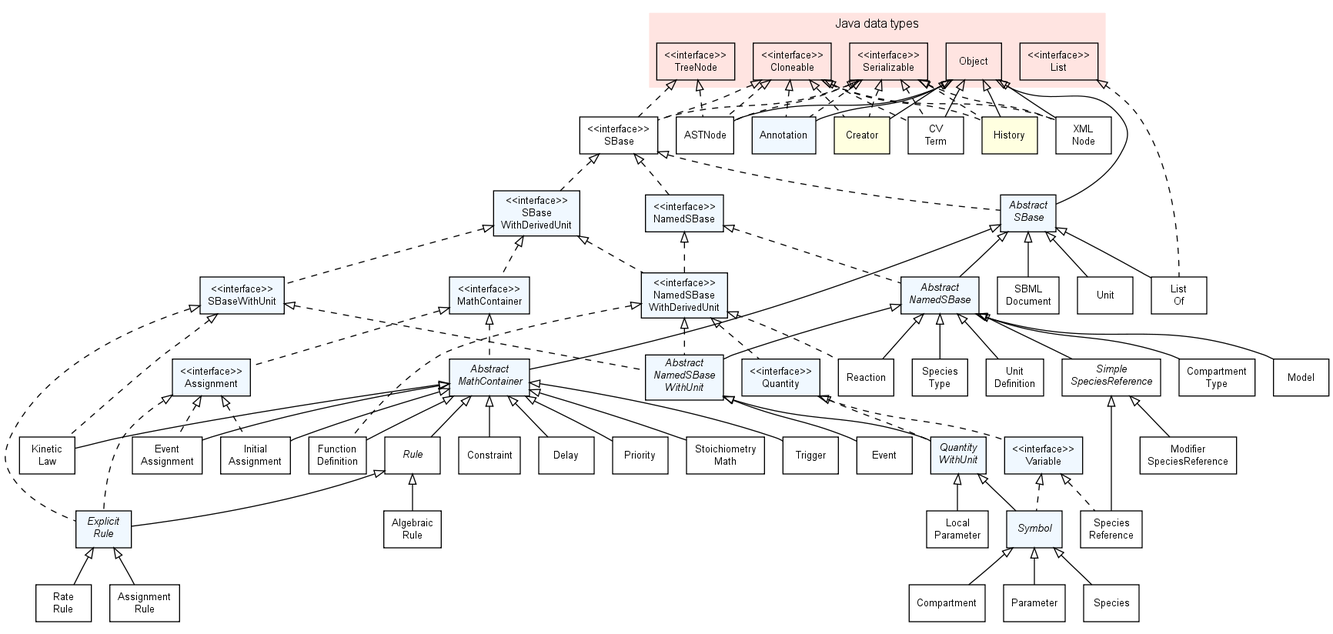
The Graphviz diagram doc/img/FullTypeHierarchy.png in sbmlteam/jsbml, before a commit. Its source is kept beside it as doc/img/FullTypeHierarchy.dot. Its diagram source:
```dot

strict digraph G{

	nodesep=0.25;
	ranksep=0.5;

	edge [
	  fontname="Helvetica",
	  fontsize=10,
	  labelfontname="Helvetica",
	  labelfontsize=10
	];
	node [
	  fontname="Helvetica",
	  fontsize=10,
	  shape=box
	];


  subgraph clusterJava {
    fontname="Helvetica";
    fontsize=12;
    style="filled";
    fillcolor="#FFE4E1"
    color="#ffffff"
    label="Java data types";
    labelloc=t;
    labeljust=c;

    Cloneable                              [label="<<interface>>\nCloneable"];
    List                                   [label="<<interface>>\nList"];
    Serializable                           [label="<<interface>>\nSerializable"];
    TreeNode                               [label="<<interface>>\nTreeNode"];

    Object                                 [label="Object"];

  }

  /*
   * Interfaces
   */

  Assignment                               [label="<<interface>>\nAssignment", style="filled", fillcolor="#F0F8FF"];
  MathContainer                            [label="<<interface>>\nMathContainer", style="filled", fillcolor="#F0F8FF"];
  NamedSBase                               [label="<<interface>>\nNamedSBase", style="filled", fillcolor="#F0F8FF"];
  NamedSBaseWithDerivedUnit                [label="<<interface>>\nNamedSBase\nWithDerivedUnit", style="filled", fillcolor="#F0F8FF"];
  Quantity                                 [label="<<interface>>\nQuantity", style="filled", fillcolor="#F0F8FF"];
  SBaseWithDerivedUnit                     [label="<<interface>>\nSBase\nWithDerivedUnit", style="filled", fillcolor="#F0F8FF"];
  SBaseWithUnit                            [label="<<interface>>\nSBaseWithUnit", style="filled", fillcolor="#F0F8FF"];
  SBase                                    [label="<<interface>>\nSBase"];
  Variable                                 [label="<<interface>>\nVariable", style="filled", fillcolor="#F0F8FF"];

  /*
   * Abstract data types
   */

  AbstractMathContainer                    [label=<<font face="Helvetica-Oblique">Abstract<br/>MathContainer</font>>, style="filled", fillcolor="#F0F8FF"];
  AbstractNamedSBase                       [label=<<font face="Helvetica-Oblique">Abstract<br/>NamedSBase</font>>, style="filled", fillcolor="#F0F8FF"];
  AbstractNamedSBaseWithUnit               [label=<<font face="Helvetica-Oblique">Abstract<br/>NamedSBase<br/>WithUnit</font>>, style="filled", fillcolor="#F0F8FF"];
  AbstractSBase                            [label=<<font face="Helvetica-Oblique">Abstract<br/>SBase</font>>, style="filled", fillcolor="#F0F8FF"];
  ExplicitRule                             [label=<<font face="Helvetica-Oblique">Explicit<br/>Rule</font>>, style="filled", fillcolor="#F0F8FF"];
  Rule                                     [label=<<font face="Helvetica-Oblique">Rule</font>>];
  SimpleSpeciesReference                   [label=<<font face="Helvetica-Oblique">Simple<br/>SpeciesReference</font>>];
  QuantityWithUnit                         [label=<<font face="Helvetica-Oblique">Quantity<br/>WithUnit</font>>, style="filled", fillcolor="#F0F8FF"];
  Symbol                                   [label=<<font face="Helvetica-Oblique">Symbol</font>>, style="filled", fillcolor="#F0F8FF"];

  /*
   * Objects
   */

  AlgebraicRule                            [label="Algebraic\nRule"];
  Annotation                               [label="Annotation", style="filled", fillcolor="#F0F8FF"];
  AssignmentRule                           [label="Assignment\nRule"];
  ASTNode                                  [label="ASTNode"];
  Compartment                              [label="Compartment"];
  CompartmentType                          [label="Compartment\nType"];
  Constraint                               [label="Constraint"];
  Creator                                  [label="Creator", style="filled", fillcolor="#FFFFE0"];
  CVTerm                                   [label="CV\nTerm"];
  Delay                                    [label="Delay"];
  Event                                    [label="Event"];
  EventAssignment                          [label="Event\nAssignment"];
  FunctionDefinition                       [label="Function\nDefinition"];
  History                                  [label="History", style="filled", fillcolor="#FFFFE0"];
  InitialAssignment                        [label="Initial\nAssignment"];
  KineticLaw                               [label="Kinetic\nLaw"];
  ListOf                                   [label="List\nOf"];
  LocalParameter                           [label="Local\nParameter"];
  Model                                    [label="Model"];
  ModifierSpeciesReference                 [label="Modifier\nSpeciesReference"];
  Parameter                                [label="Parameter"];
  Priority                                 [label="Priority"];
  RateRule                                 [label="Rate\nRule"];
  Reaction                                 [label="Reaction"];
  SBMLDocument                             [label="SBML\nDocument"];
  Species                                  [label="Species"];
  SpeciesReference                         [label="Species\nReference"];
  SpeciesType                              [label="Species\nType"];
  StoichiometryMath                        [label="Stoichiometry\nMath"];
  Trigger                                  [label="Trigger"];
  Unit                                     [label="Unit"];
  UnitDefinition                           [label="Unit\nDefinition"];
  XMLNode                                  [label="XML\nNode"];

  /*
   * Inheritance
   */

  AbstractNamedSBase         -> AbstractNamedSBaseWithUnit [dir=back,arrowtail=empty];
  AbstractNamedSBase         -> CompartmentType            [dir=back,arrowtail=empty];
  AbstractNamedSBase         -> Model                      [dir=back,arrowtail=empty];
  AbstractNamedSBase         -> Reaction                   [dir=back,arrowtail=empty];
  AbstractNamedSBase         -> SimpleSpeciesReference     [dir=back,arrowtail=empty];
  AbstractNamedSBase         -> SpeciesType                [dir=back,arrowtail=empty];
  AbstractNamedSBase         -> UnitDefinition             [dir=back,arrowtail=empty];
  AbstractNamedSBaseWithUnit -> Event                      [dir=back,arrowtail=empty];
  AbstractNamedSBaseWithUnit -> QuantityWithUnit           [dir=back,arrowtail=empty];
  AbstractSBase              -> AbstractMathContainer      [dir=back,arrowtail=empty];
  AbstractSBase              -> AbstractNamedSBase         [dir=back,arrowtail=empty];
  AbstractMathContainer      -> FunctionDefinition         [dir=back,arrowtail=empty];
  AbstractMathContainer      -> KineticLaw                 [dir=back,arrowtail=empty];
  AbstractSBase              -> ListOf                     [dir=back,arrowtail=empty];
  AbstractSBase              -> SBMLDocument               [dir=back,arrowtail=empty];
  AbstractSBase              -> Unit                       [dir=back,arrowtail=empty];
  AbstractMathContainer      -> Constraint                 [dir=back,arrowtail=empty];
  AbstractMathContainer      -> Delay                      [dir=back,arrowtail=empty];
  AbstractMathContainer      -> EventAssignment            [dir=back,arrowtail=empty];
  AbstractMathContainer      -> InitialAssignment          [dir=back,arrowtail=empty];
  AbstractMathContainer      -> KineticLaw                 [dir=back,arrowtail=empty];
  AbstractMathContainer      -> Priority                   [dir=back,arrowtail=empty];
  AbstractMathContainer      -> Rule                       [dir=back,arrowtail=empty];
  AbstractMathContainer      -> StoichiometryMath          [dir=back,arrowtail=empty];
  AbstractMathContainer      -> Trigger                    [dir=back,arrowtail=empty];
  Assignment                 -> EventAssignment            [dir=back,arrowtail=empty,style=dashed];
  Assignment                 -> ExplicitRule               [dir=back,arrowtail=empty,style=dashed];
  Assignment                 -> InitialAssignment          [dir=back,arrowtail=empty,style=dashed];
  Cloneable                  -> Annotation                 [dir=back,arrowtail=empty,style=dashed];
  Cloneable                  -> ASTNode                    [dir=back,arrowtail=empty,style=dashed];
  Cloneable                  -> Creator                    [dir=back,arrowtail=empty,style=dashed];
  Cloneable                  -> CVTerm                     [dir=back,arrowtail=empty,style=dashed];
  Cloneable                  -> History                    [dir=back,arrowtail=empty,style=dashed];
  Cloneable                  -> SBase                      [dir=back,arrowtail=empty,style=dashed];
  Cloneable                  -> XMLNode                    [dir=back,arrowtail=empty,style=dashed];
  ExplicitRule               -> AssignmentRule             [dir=back,arrowtail=empty];
  ExplicitRule               -> RateRule                   [dir=back,arrowtail=empty];
  List                       -> ListOf                     [dir=back,arrowtail=empty,style=dashed];
  MathContainer              -> AbstractMathContainer      [dir=back,arrowtail=empty,style=dashed];
  MathContainer              -> Assignment                 [dir=back,arrowtail=empty,style=dashed];
  NamedSBase                 -> AbstractNamedSBase         [dir=back,arrowtail=empty,style=dashed];
  NamedSBase                 -> NamedSBaseWithDerivedUnit  [dir=back,arrowtail=empty,style=dashed];
  NamedSBaseWithDerivedUnit  -> AbstractNamedSBaseWithUnit [dir=back,arrowtail=empty,style=dashed];
  NamedSBaseWithDerivedUnit  -> FunctionDefinition         [dir=back,arrowtail=empty,style=dashed];
  NamedSBaseWithDerivedUnit  -> Quantity                   [dir=back,arrowtail=empty,style=dashed];
  NamedSBaseWithDerivedUnit  -> Reaction                   [dir=back,arrowtail=empty,style=dashed];
  Object                     -> AbstractSBase              [dir=back,arrowtail=empty];
  Object                     -> Annotation                 [dir=back,arrowtail=empty];
  Object                     -> ASTNode                    [dir=back,arrowtail=empty];
  Object                     -> Creator                    [dir=back,arrowtail=empty];
  Object                     -> CVTerm                     [dir=back,arrowtail=empty];
  Object                     -> History                    [dir=back,arrowtail=empty];
  Object                     -> XMLNode                    [dir=back,arrowtail=empty];
  Quantity                   -> QuantityWithUnit           [dir=back,arrowtail=empty,style=dashed];
  Quantity                   -> Variable                   [dir=back,arrowtail=empty,style=dashed];
  QuantityWithUnit           -> LocalParameter             [dir=back,arrowtail=empty];
  QuantityWithUnit           -> Symbol                     [dir=back,arrowtail=empty];
  Rule                       -> AlgebraicRule              [dir=back,arrowtail=empty];
  Rule                       -> ExplicitRule               [dir=back,arrowtail=empty];
  SBase                      -> AbstractSBase              [dir=back,arrowtail=empty,style=dashed];
  SBase                      -> NamedSBase                 [dir=back,arrowtail=empty,style=dashed];
  SBase                      -> SBaseWithDerivedUnit       [dir=back,arrowtail=empty,style=dashed];
  SBaseWithDerivedUnit       -> MathContainer              [dir=back,arrowtail=empty,style=dashed];
  SBaseWithDerivedUnit       -> NamedSBaseWithDerivedUnit  [dir=back,arrowtail=empty,style=dashed];
  SBaseWithDerivedUnit       -> SBaseWithUnit              [dir=back,arrowtail=empty,style=dashed];
  SBaseWithUnit              -> AbstractNamedSBaseWithUnit [dir=back,arrowtail=empty,style=dashed];
  SBaseWithUnit              -> ExplicitRule               [dir=back,arrowtail=empty,style=dashed];
  SBaseWithUnit              -> KineticLaw                 [dir=back,arrowtail=empty,style=dashed];
  SimpleSpeciesReference     -> ModifierSpeciesReference   [dir=back,arrowtail=empty];
  SimpleSpeciesReference     -> SpeciesReference           [dir=back,arrowtail=empty];
  Serializable               -> Annotation                 [dir=back,arrowtail=empty,style=dashed];
  Serializable               -> ASTNode                    [dir=back,arrowtail=empty,style=dashed];
  Serializable               -> Creator                    [dir=back,arrowtail=empty,style=dashed];
  Serializable               -> CVTerm                     [dir=back,arrowtail=empty,style=dashed];
  Serializable               -> History                    [dir=back,arrowtail=empty,style=dashed];
  Serializable               -> SBase                      [dir=back,arrowtail=empty,style=dashed];
  Serializable               -> XMLNode                    [dir=back,arrowtail=empty,style=dashed];
  Symbol                     -> Compartment                [dir=back,arrowtail=empty];
  Symbol                     -> Parameter                  [dir=back,arrowtail=empty];
  Symbol                     -> Species                    [dir=back,arrowtail=empty];
  TreeNode                   -> ASTNode                    [dir=back,arrowtail=empty,style=dashed];
  TreeNode                   -> SBase                      [dir=back,arrowtail=empty,style=dashed];
  Variable                   -> SpeciesReference           [dir=back,arrowtail=empty,style=dashed];
  Variable                   -> Symbol                     [dir=back,arrowtail=empty,style=dashed];
}
```
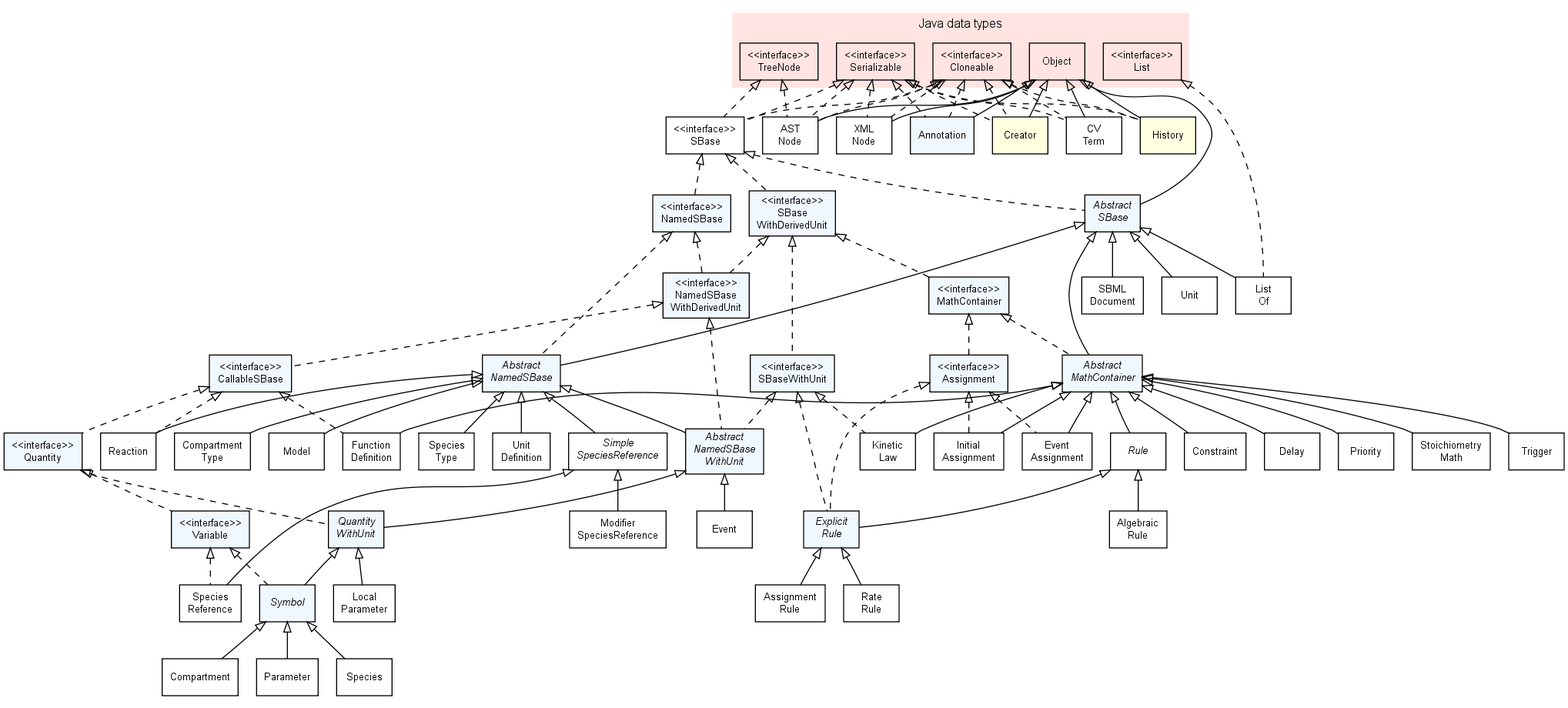
After the commit.

Diff of the diagram source:
```diff
@@ -41,6 +41,7 @@
    */
 
   Assignment                               [label="<<interface>>\nAssignment", style="filled", fillcolor="#F0F8FF"];
+  CallableSBase                            [label="<<interface>>\nCallableSBase", style="filled", fillcolor="#F0F8FF"];
   MathContainer                            [label="<<interface>>\nMathContainer", style="filled", fillcolor="#F0F8FF"];
   NamedSBase                               [label="<<interface>>\nNamedSBase", style="filled", fillcolor="#F0F8FF"];
   NamedSBaseWithDerivedUnit                [label="<<interface>>\nNamedSBase\nWithDerivedUnit", style="filled", fillcolor="#F0F8FF"];
@@ -71,7 +72,7 @@
   AlgebraicRule                            [label="Algebraic\nRule"];
   Annotation                               [label="Annotation", style="filled", fillcolor="#F0F8FF"];
   AssignmentRule                           [label="Assignment\nRule"];
-  ASTNode                                  [label="ASTNode"];
+  ASTNode                                  [label="AST\nNode"];
   Compartment                              [label="Compartment"];
   CompartmentType                          [label="Compartment\nType"];
   Constraint                               [label="Constraint"];
@@ -134,6 +135,9 @@
   Assignment                 -> EventAssignment            [dir=back,arrowtail=empty,style=dashed];
   Assignment                 -> ExplicitRule               [dir=back,arrowtail=empty,style=dashed];
   Assignment                 -> InitialAssignment          [dir=back,arrowtail=empty,style=dashed];
+  CallableSBase              -> Quantity                   [dir=back,arrowtail=empty,style=dashed];
+  CallableSBase              -> FunctionDefinition         [dir=back,arrowtail=empty,style=dashed];
+  CallableSBase              -> Reaction                   [dir=back,arrowtail=empty,style=dashed];
   Cloneable                  -> Annotation                 [dir=back,arrowtail=empty,style=dashed];
   Cloneable                  -> ASTNode                    [dir=back,arrowtail=empty,style=dashed];
   Cloneable                  -> Creator                    [dir=back,arrowtail=empty,style=dashed];
@@ -149,9 +153,7 @@
   NamedSBase                 -> AbstractNamedSBase         [dir=back,arrowtail=empty,style=dashed];
   NamedSBase                 -> NamedSBaseWithDerivedUnit  [dir=back,arrowtail=empty,style=dashed];
   NamedSBaseWithDerivedUnit  -> AbstractNamedSBaseWithUnit [dir=back,arrowtail=empty,style=dashed];
-  NamedSBaseWithDerivedUnit  -> FunctionDefinition         [dir=back,arrowtail=empty,style=dashed];
-  NamedSBaseWithDerivedUnit  -> Quantity                   [dir=back,arrowtail=empty,style=dashed];
-  NamedSBaseWithDerivedUnit  -> Reaction                   [dir=back,arrowtail=empty,style=dashed];
+  NamedSBaseWithDerivedUnit  -> CallableSBase              [dir=back,arrowtail=empty,style=dashed];
   Object                     -> AbstractSBase              [dir=back,arrowtail=empty];
   Object                     -> Annotation                 [dir=back,arrowtail=empty];
   Object                     -> ASTNode                    [dir=back,arrowtail=empty];
```
